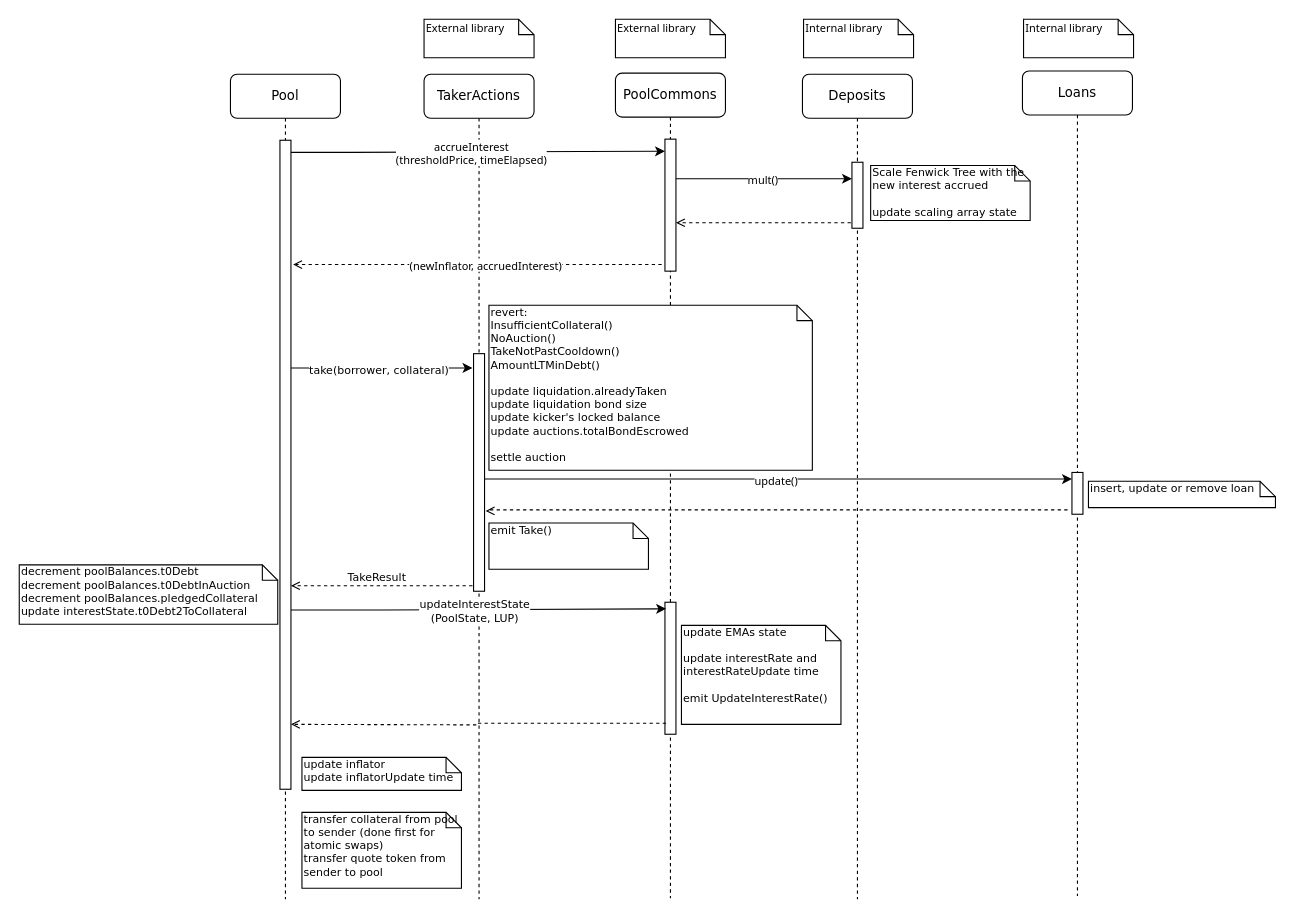
Earlier version of the draw.io diagram docs/drawio/take.drawio (ajna-finance/ajna-core). Source tidied: cells renumbered, new cells numbered last; positions are measured from the earlier drawing's top-left corner, leaving out a move shared by most shapes. Both pictures are drawn from the tidied source at 110%, with x=0, y=0 at pixel (19, 19).
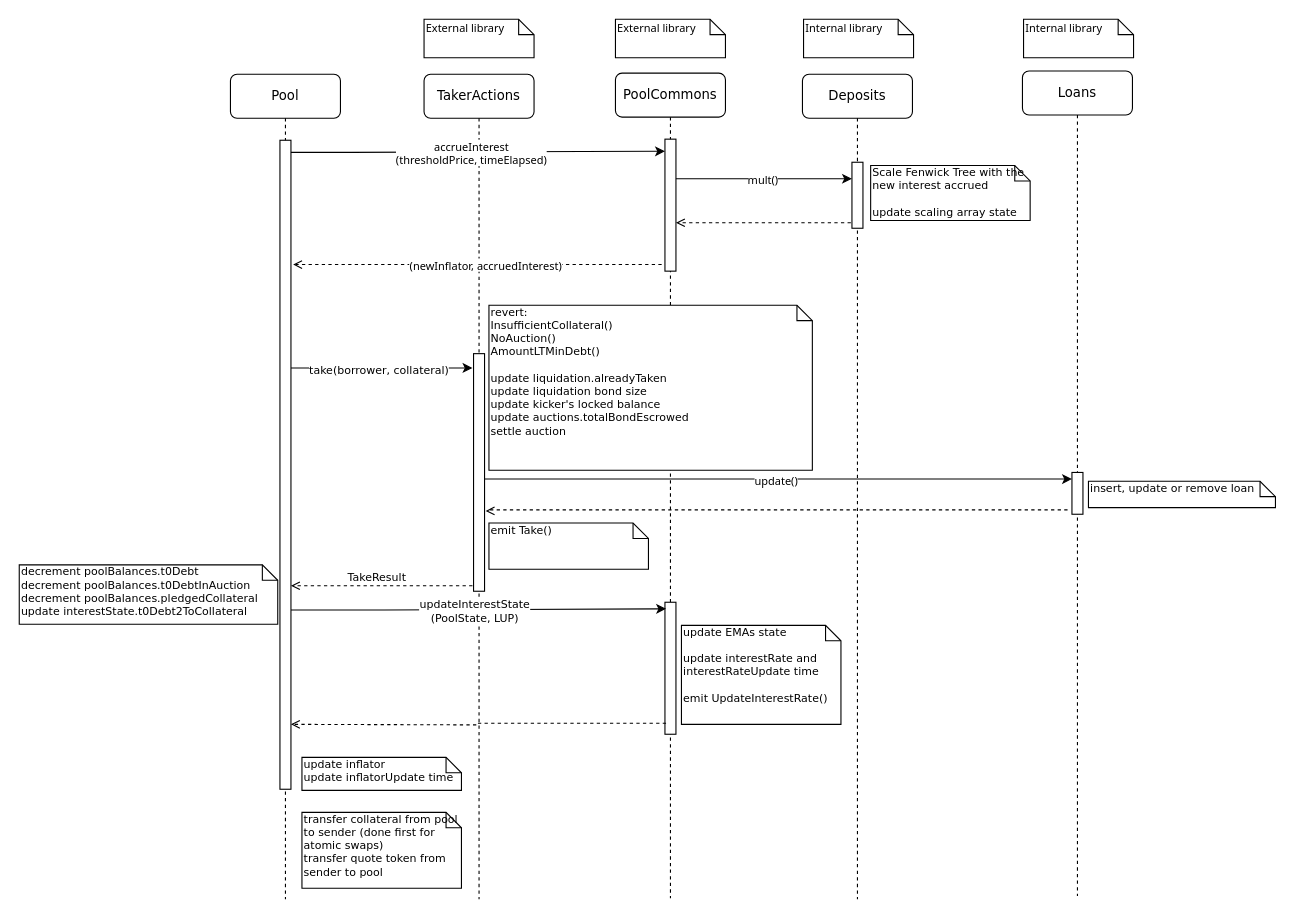
Above is the later version.

Change to the diagram source:
```diff
@@
-    <mxCell id="38" value="&lt;div&gt;revert:&lt;/div&gt;InsufficientCollateral()&lt;br&gt;NoAuction()&lt;br&gt;TakeNotPastCooldown()&lt;br&gt;AmountLTMinDebt()&lt;div&gt;&lt;br&gt;&lt;/div&gt;update liquidation.alreadyTaken&lt;br&gt;update liquidation bond size&lt;br&gt;update kicker's locked balance&lt;br&gt;&lt;div&gt;update auctions.totalBondEscrowed&lt;/div&gt;&lt;div&gt;&lt;br&gt;&lt;/div&gt;&lt;div&gt;settle auction&lt;br&gt;&lt;/div&gt;" style="shape=note;whiteSpace=wrap;html=1;size=14;verticalAlign=top;align=left;spacingTop=-6;rounded=0;shadow=0;comic=0;labelBackgroundColor=none;strokeWidth=1;fontFamily=Verdana;fontSize=10;" parent="1" vertex="1">
+    <mxCell id="38" value="&lt;div&gt;revert:&lt;/div&gt;InsufficientCollateral()&lt;br&gt;NoAuction()&lt;br&gt;AmountLTMinDebt()&lt;div&gt;&lt;br&gt;&lt;/div&gt;update liquidation.alreadyTaken&lt;br&gt;update liquidation bond size&lt;br&gt;update kicker's locked balance&lt;br&gt;&lt;div&gt;update auctions.totalBondEscrowed&lt;/div&gt;&lt;div&gt;settle auction&lt;br&gt;&lt;/div&gt;" style="shape=note;whiteSpace=wrap;html=1;size=14;verticalAlign=top;align=left;spacingTop=-6;rounded=0;shadow=0;comic=0;labelBackgroundColor=none;strokeWidth=1;fontFamily=Verdana;fontSize=10;" parent="1" vertex="1">
       <mxGeometry x="427" y="260" width="294" height="150" as="geometry" />
     </mxCell>
```
